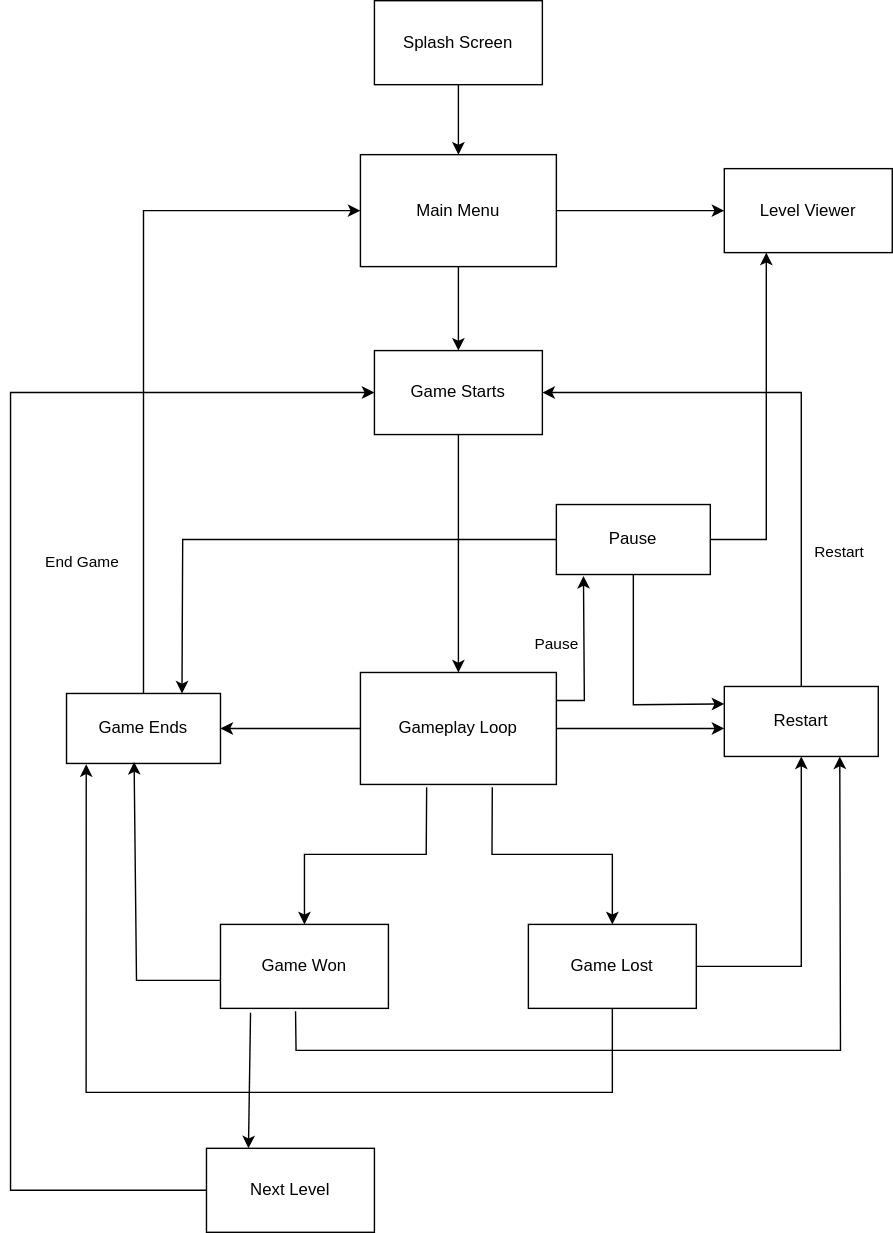
king525dev/AngryBirds-NEA keeps this draw.io diagram as DesignDiagrams/Advanced Features.drawio.svg. Above is the earlier version. Source tidied: cells renumbered, new cells last; positions are measured from the earlier drawing's top-left corner, leaving out a move shared by most shapes.
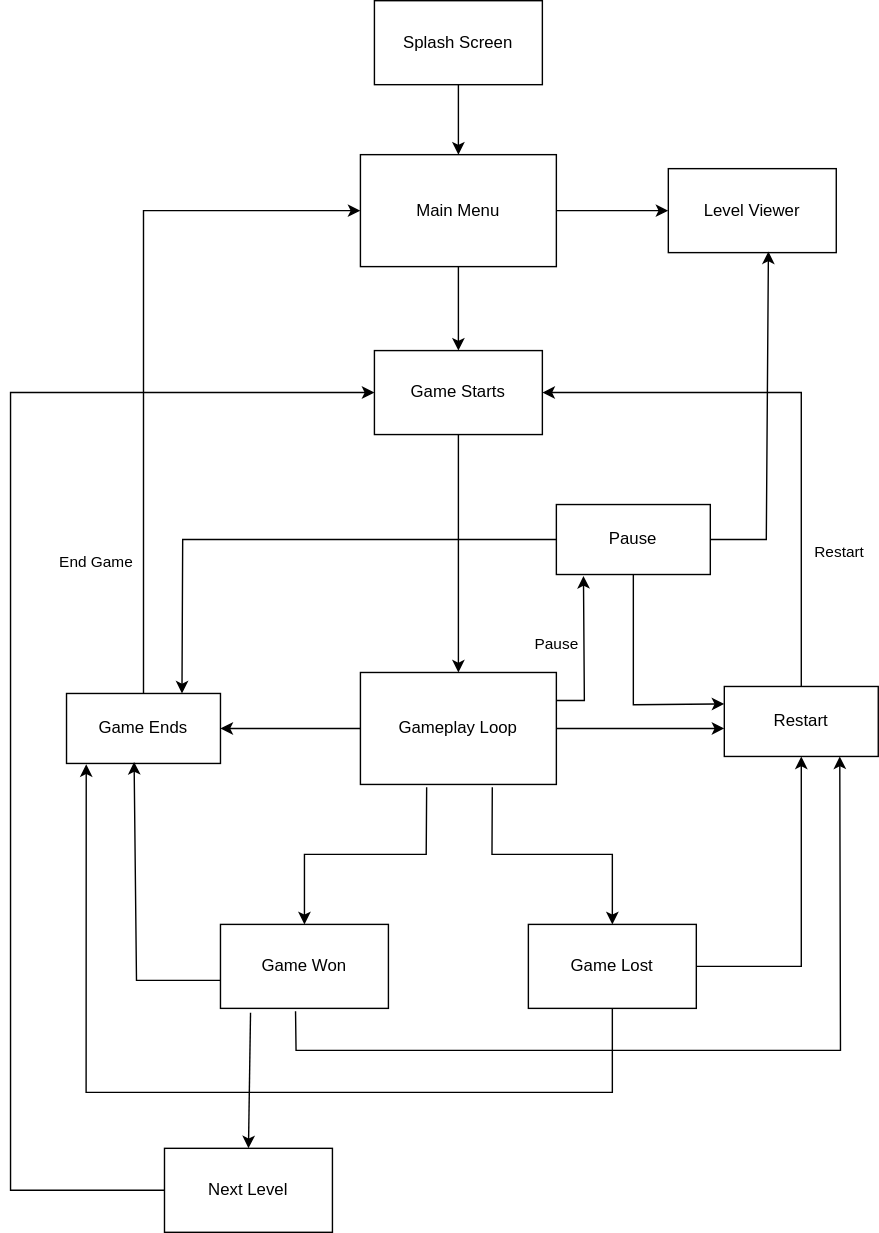
Later version of the same file.

What changed in the source:
```diff
@@ -55,7 +55,7 @@
     </mxCell>
     <mxCell id="15" value="End Game" style="edgeLabel;html=1;align=center;verticalAlign=middle;" parent="14" vertex="1">
       <mxGeometry x="-0.2" relative="1" as="geometry">
-        <mxPoint x="-45" y="104" as="offset" />
+        <mxPoint x="-35" y="104" as="offset" />
       </mxGeometry>
     </mxCell>
     <mxCell id="16" value="Game Lost" style="rounded=0;whiteSpace=wrap;html=1;" parent="1" vertex="1">
@@ -111,10 +111,12 @@
       <mxGeometry x="250" y="110" width="140" height="80" as="geometry" />
     </mxCell>
     <mxCell id="24" value="Level Viewer" style="rounded=0;whiteSpace=wrap;html=1;" parent="1" vertex="1">
-      <mxGeometry x="510" y="120" width="120" height="60" as="geometry" />
+      <mxGeometry x="470" y="120" width="120" height="60" as="geometry" />
     </mxCell>
-    <mxCell id="25" style="endArrow=classic;html=1;rounded=0;entryX=0;entryY=0.5;entryDx=0;entryDy=0;exitX=1;exitY=0.5;exitDx=0;exitDy=0;" parent="1" edge="1" source="23" target="24">
-      <mxGeometry relative="1" as="geometry" />
+    <mxCell id="25" style="endArrow=classic;html=1;rounded=0;exitX=1;exitY=0.5;exitDx=0;exitDy=0;" parent="1" edge="1" source="23">
+      <mxGeometry relative="1" as="geometry">
+        <mxPoint x="470" y="150" as="targetPoint" />
+      </mxGeometry>
     </mxCell>
     <mxCell id="26" style="endArrow=classic;html=1;rounded=0;exitX=0.5;exitY=1;exitDx=0;exitDy=0;" parent="1" edge="1" source="23" target="2">
       <mxGeometry relative="1" as="geometry" />
@@ -123,9 +125,9 @@
       <mxGeometry x="390" y="360" width="110" height="50" as="geometry" />
     </mxCell>
     <mxCell id="28" value="Next Level" style="rounded=0;whiteSpace=wrap;html=1;" parent="1" vertex="1">
-      <mxGeometry x="140" y="820" width="120" height="60" as="geometry" />
+      <mxGeometry x="110" y="820" width="120" height="60" as="geometry" />
     </mxCell>
-    <mxCell id="29" style="endArrow=classic;html=1;rounded=0;exitX=0.179;exitY=1.053;exitDx=0;exitDy=0;exitPerimeter=0;entryX=0.25;entryY=0;entryDx=0;entryDy=0;" parent="1" edge="1" source="11" target="28">
+    <mxCell id="29" style="endArrow=classic;html=1;rounded=0;exitX=0.179;exitY=1.053;exitDx=0;exitDy=0;exitPerimeter=0;entryX=0.5;entryY=0;entryDx=0;entryDy=0;" parent="1" edge="1" source="11" target="28">
       <mxGeometry relative="1" as="geometry" />
     </mxCell>
     <mxCell id="30" style="endArrow=classic;html=1;rounded=0;exitX=0.5;exitY=1;exitDx=0;exitDy=0;entryX=0;entryY=0.25;entryDx=0;entryDy=0;" parent="1" edge="1" source="27" target="5">
@@ -142,7 +144,7 @@
         </Array>
       </mxGeometry>
     </mxCell>
-    <mxCell id="32" style="endArrow=classic;html=1;rounded=0;exitX=1;exitY=0.5;exitDx=0;exitDy=0;entryX=0.25;entryY=1;entryDx=0;entryDy=0;" parent="1" edge="1" source="27" target="24">
+    <mxCell id="32" style="endArrow=classic;html=1;rounded=0;exitX=1;exitY=0.5;exitDx=0;exitDy=0;entryX=0.596;entryY=0.987;entryDx=0;entryDy=0;entryPerimeter=0;" parent="1" edge="1" source="27" target="24">
       <mxGeometry relative="1" as="geometry">
         <Array as="points">
           <mxPoint x="540" y="385" />
```
